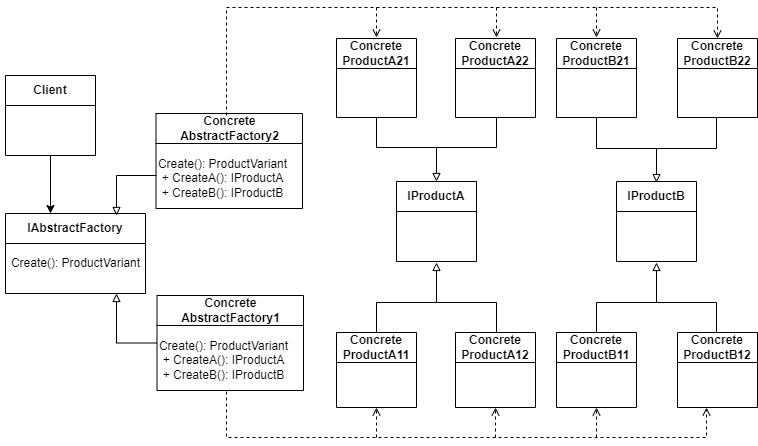
Above: images/AbstractFactory.png in hoanganh1029/AVH.DesignPattern (draw.io), before the change. Source tidied: cells renumbered, new cells last; positions are measured from the earlier drawing's top-left corner, leaving out a move shared by most shapes.
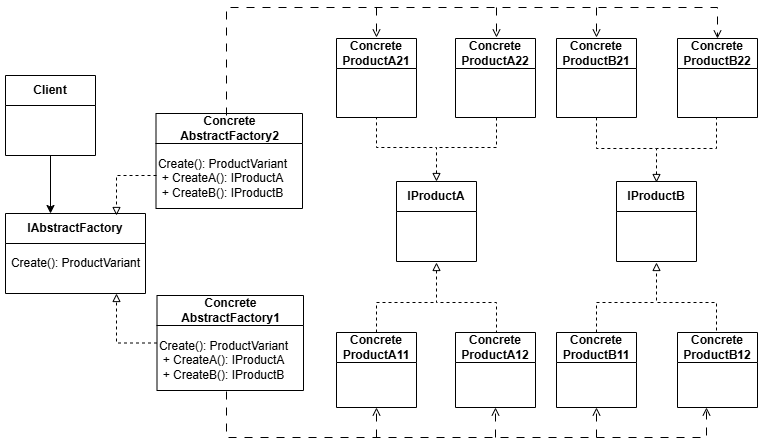
After the commit.

The edit, as a diff of the source:
```diff
@@ -19,7 +19,7 @@
     <mxCell id="5" value="Create(): ProductVariant" style="text;html=1;align=center;verticalAlign=middle;strokeColor=none;fillColor=none;" parent="4" vertex="1">
       <mxGeometry x="-5" y="35" width="150" height="30" as="geometry" />
     </mxCell>
-    <mxCell id="6" style="edgeStyle=orthogonalEdgeStyle;rounded=0;orthogonalLoop=1;jettySize=auto;html=1;endArrow=block;endFill=0;" parent="1" edge="1">
+    <mxCell id="6" style="edgeStyle=orthogonalEdgeStyle;rounded=0;orthogonalLoop=1;jettySize=auto;html=1;endArrow=block;endFill=0;dashed=1;" parent="1" edge="1">
       <mxGeometry relative="1" as="geometry">
         <mxPoint x="156" y="168" as="sourcePoint" />
         <mxPoint x="116" y="208" as="targetPoint" />
@@ -28,7 +28,7 @@
         </Array>
       </mxGeometry>
     </mxCell>
-    <mxCell id="7" style="edgeStyle=orthogonalEdgeStyle;rounded=0;jettySize=auto;html=1;dashed=1;endArrow=open;endFill=0;exitX=0.52;exitY=1.017;exitDx=0;exitDy=0;exitPerimeter=0;" parent="1" edge="1" source="37">
+    <mxCell id="7" style="edgeStyle=orthogonalEdgeStyle;rounded=0;jettySize=auto;html=1;dashed=1;endArrow=open;endFill=0;exitX=0.52;exitY=1.017;exitDx=0;exitDy=0;exitPerimeter=0;dashPattern=8 8;" parent="1" edge="1" source="37">
       <mxGeometry relative="1" as="geometry">
         <mxPoint x="706" y="400" as="targetPoint" />
         <Array as="points">
@@ -46,7 +46,7 @@
     <mxCell id="10" value="IProductA" style="swimlane;whiteSpace=wrap;html=1;startSize=30;" parent="1" vertex="1">
       <mxGeometry x="396" y="174" width="80" height="80" as="geometry" />
     </mxCell>
-    <mxCell id="11" style="edgeStyle=orthogonalEdgeStyle;rounded=0;jettySize=auto;html=1;endArrow=none;endFill=0;" parent="1" edge="1" source="13">
+    <mxCell id="11" style="edgeStyle=orthogonalEdgeStyle;rounded=0;jettySize=auto;html=1;endArrow=none;endFill=0;dashed=1;" parent="1" edge="1" source="13">
       <mxGeometry relative="1" as="geometry">
         <mxPoint x="436" y="295" as="targetPoint" />
         <Array as="points">
@@ -54,7 +54,7 @@
         </Array>
       </mxGeometry>
     </mxCell>
-    <mxCell id="12" style="edgeStyle=orthogonalEdgeStyle;rounded=0;jettySize=auto;html=1;endArrow=block;endFill=0;exitX=0.5;exitY=0;exitDx=0;exitDy=0;" parent="1" edge="1" source="14">
+    <mxCell id="12" style="edgeStyle=orthogonalEdgeStyle;rounded=0;jettySize=auto;html=1;endArrow=block;endFill=0;exitX=0.5;exitY=0;exitDx=0;exitDy=0;dashed=1;" parent="1" edge="1" source="14">
       <mxGeometry relative="1" as="geometry">
         <mxPoint x="436" y="255" as="targetPoint" />
         <Array as="points">
@@ -73,7 +73,7 @@
     <mxCell id="15" value="IProductB" style="swimlane;whiteSpace=wrap;html=1;startSize=30;" parent="1" vertex="1">
       <mxGeometry x="616" y="174" width="80" height="80" as="geometry" />
     </mxCell>
-    <mxCell id="16" style="edgeStyle=orthogonalEdgeStyle;rounded=0;jettySize=auto;html=1;endArrow=none;endFill=0;" parent="1" edge="1" source="19">
+    <mxCell id="16" style="edgeStyle=orthogonalEdgeStyle;rounded=0;jettySize=auto;html=1;endArrow=none;endFill=0;dashed=1;" parent="1" edge="1" source="19">
       <mxGeometry relative="1" as="geometry">
         <mxPoint x="656" y="295" as="targetPoint" />
         <Array as="points">
@@ -81,7 +81,7 @@
         </Array>
       </mxGeometry>
     </mxCell>
-    <mxCell id="17" style="edgeStyle=orthogonalEdgeStyle;rounded=0;jettySize=auto;html=1;endArrow=block;endFill=0;exitX=0.675;exitY=0.013;exitDx=0;exitDy=0;exitPerimeter=0;" parent="1" edge="1" source="18">
+    <mxCell id="17" style="edgeStyle=orthogonalEdgeStyle;rounded=0;jettySize=auto;html=1;endArrow=block;endFill=0;exitX=0.675;exitY=0.013;exitDx=0;exitDy=0;exitPerimeter=0;dashed=1;" parent="1" edge="1" source="18">
       <mxGeometry relative="1" as="geometry">
         <mxPoint x="656" y="255" as="targetPoint" />
         <Array as="points">
@@ -96,17 +96,17 @@
     <mxCell id="19" value="Concrete&lt;br&gt;ProductB11" style="swimlane;whiteSpace=wrap;html=1;startSize=30;" parent="1" vertex="1">
       <mxGeometry x="556" y="325" width="80" height="75" as="geometry" />
     </mxCell>
-    <mxCell id="20" style="endArrow=open;dashed=1;html=1;rounded=0;entryX=0.5;entryY=1;entryDx=0;entryDy=0;endFill=0;" parent="1" edge="1" target="13">
+    <mxCell id="20" style="endArrow=open;dashed=1;html=1;rounded=0;entryX=0.5;entryY=1;entryDx=0;entryDy=0;endFill=0;dashPattern=8 8;" parent="1" edge="1" target="13">
       <mxGeometry relative="1" as="geometry">
         <mxPoint x="376" y="430" as="sourcePoint" />
       </mxGeometry>
     </mxCell>
-    <mxCell id="21" style="endArrow=open;dashed=1;html=1;rounded=0;entryX=0.5;entryY=1;entryDx=0;entryDy=0;endFill=0;" parent="1" edge="1" target="14">
+    <mxCell id="21" style="endArrow=open;dashed=1;html=1;rounded=0;entryX=0.5;entryY=1;entryDx=0;entryDy=0;endFill=0;dashPattern=8 8;" parent="1" edge="1" target="14">
       <mxGeometry relative="1" as="geometry">
         <mxPoint x="495" y="430" as="sourcePoint" />
       </mxGeometry>
     </mxCell>
-    <mxCell id="22" style="endArrow=open;dashed=1;html=1;rounded=0;entryX=0.5;entryY=1;entryDx=0;entryDy=0;endFill=0;" parent="1" edge="1" target="19">
+    <mxCell id="22" style="endArrow=open;dashed=1;html=1;rounded=0;entryX=0.5;entryY=1;entryDx=0;entryDy=0;endFill=0;dashPattern=8 8;" parent="1" edge="1" target="19">
       <mxGeometry relative="1" as="geometry">
         <mxPoint x="596" y="430" as="sourcePoint" />
       </mxGeometry>
@@ -114,7 +114,7 @@
     <mxCell id="23" value="Concrete&lt;br&gt;ProductA21" style="swimlane;whiteSpace=wrap;html=1;startSize=30;" parent="1" vertex="1">
       <mxGeometry x="336" y="31" width="80" height="79" as="geometry" />
     </mxCell>
-    <mxCell id="24" style="edgeStyle=orthogonalEdgeStyle;rounded=0;orthogonalLoop=1;jettySize=auto;html=1;endArrow=none;endFill=0;" parent="1" edge="1">
+    <mxCell id="24" style="edgeStyle=orthogonalEdgeStyle;rounded=0;orthogonalLoop=1;jettySize=auto;html=1;endArrow=none;endFill=0;dashed=1;" parent="1" edge="1">
       <mxGeometry relative="1" as="geometry">
         <mxPoint x="496" y="110" as="sourcePoint" />
         <mxPoint x="436" y="140" as="targetPoint" />
@@ -132,7 +132,7 @@
     <mxCell id="27" value="Concrete&lt;br&gt;ProductB22" style="swimlane;whiteSpace=wrap;html=1;startSize=30;" parent="1" vertex="1">
       <mxGeometry x="677" y="31" width="80" height="79" as="geometry" />
     </mxCell>
-    <mxCell id="28" style="edgeStyle=orthogonalEdgeStyle;rounded=0;jettySize=auto;html=1;endArrow=none;endFill=0;entryX=0.5;entryY=1;entryDx=0;entryDy=0;exitX=0.5;exitY=0;exitDx=0;exitDy=0;startArrow=block;startFill=0;" parent="1" edge="1" source="10" target="23">
+    <mxCell id="28" style="edgeStyle=orthogonalEdgeStyle;rounded=0;jettySize=auto;html=1;endArrow=none;endFill=0;entryX=0.5;entryY=1;entryDx=0;entryDy=0;exitX=0.5;exitY=0;exitDx=0;exitDy=0;startArrow=block;startFill=0;dashed=1;" parent="1" edge="1" source="10" target="23">
       <mxGeometry relative="1" as="geometry">
         <Array as="points">
           <mxPoint x="436" y="140" />
@@ -140,7 +140,7 @@
         </Array>
       </mxGeometry>
     </mxCell>
-    <mxCell id="29" style="edgeStyle=orthogonalEdgeStyle;rounded=0;jettySize=auto;html=1;endArrow=none;endFill=0;exitX=0.5;exitY=1;exitDx=0;exitDy=0;" parent="1" edge="1" source="27">
+    <mxCell id="29" style="edgeStyle=orthogonalEdgeStyle;rounded=0;jettySize=auto;html=1;endArrow=none;endFill=0;exitX=0.5;exitY=1;exitDx=0;exitDy=0;dashed=1;" parent="1" edge="1" source="27">
       <mxGeometry relative="1" as="geometry">
         <mxPoint x="656" y="141" as="targetPoint" />
         <Array as="points">
@@ -149,7 +149,7 @@
         </Array>
       </mxGeometry>
     </mxCell>
-    <mxCell id="30" style="edgeStyle=orthogonalEdgeStyle;rounded=0;orthogonalLoop=1;jettySize=auto;html=1;endArrow=none;endFill=0;exitX=0.5;exitY=0;exitDx=0;exitDy=0;startArrow=block;startFill=0;" parent="1" edge="1">
+    <mxCell id="30" style="edgeStyle=orthogonalEdgeStyle;rounded=0;orthogonalLoop=1;jettySize=auto;html=1;endArrow=none;endFill=0;exitX=0.5;exitY=0;exitDx=0;exitDy=0;startArrow=block;startFill=0;dashed=1;" parent="1" edge="1">
       <mxGeometry relative="1" as="geometry">
         <mxPoint x="656" y="175" as="sourcePoint" />
         <mxPoint x="596" y="110" as="targetPoint" />
@@ -159,7 +159,7 @@
         </Array>
       </mxGeometry>
     </mxCell>
-    <mxCell id="31" style="edgeStyle=orthogonalEdgeStyle;rounded=0;jettySize=auto;html=1;dashed=1;endArrow=open;endFill=0;entryX=0.5;entryY=0;entryDx=0;entryDy=0;" parent="1" edge="1" target="27">
+    <mxCell id="31" style="edgeStyle=orthogonalEdgeStyle;rounded=0;jettySize=auto;html=1;dashed=1;endArrow=open;endFill=0;entryX=0.5;entryY=0;entryDx=0;entryDy=0;dashPattern=8 8;" parent="1" edge="1" target="27">
       <mxGeometry relative="1" as="geometry">
         <mxPoint x="226" y="108" as="sourcePoint" />
         <Array as="points">
@@ -168,25 +168,25 @@
         </Array>
       </mxGeometry>
     </mxCell>
-    <mxCell id="32" style="endArrow=open;dashed=1;html=1;rounded=0;endFill=0;" parent="1" edge="1">
+    <mxCell id="32" style="endArrow=open;dashed=1;html=1;rounded=0;endFill=0;dashPattern=8 8;" parent="1" edge="1">
       <mxGeometry relative="1" as="geometry">
         <mxPoint x="376" as="sourcePoint" />
         <mxPoint x="376" y="30" as="targetPoint" />
       </mxGeometry>
     </mxCell>
-    <mxCell id="33" style="endArrow=open;dashed=1;html=1;rounded=0;endFill=0;" parent="1" edge="1">
+    <mxCell id="33" style="endArrow=open;dashed=1;html=1;rounded=0;endFill=0;dashPattern=8 8;" parent="1" edge="1">
       <mxGeometry relative="1" as="geometry">
         <mxPoint x="496" as="sourcePoint" />
         <mxPoint x="496" y="30" as="targetPoint" />
       </mxGeometry>
     </mxCell>
-    <mxCell id="34" style="endArrow=open;dashed=1;html=1;rounded=0;endFill=0;" parent="1" edge="1">
+    <mxCell id="34" style="endArrow=open;dashed=1;html=1;rounded=0;endFill=0;dashPattern=8 8;" parent="1" edge="1">
       <mxGeometry relative="1" as="geometry">
         <mxPoint x="596" as="sourcePoint" />
         <mxPoint x="596" y="30" as="targetPoint" />
       </mxGeometry>
     </mxCell>
-    <mxCell id="35" style="edgeStyle=orthogonalEdgeStyle;rounded=0;jettySize=auto;html=1;endArrow=block;endFill=0;" parent="1" edge="1" source="36">
+    <mxCell id="35" style="edgeStyle=orthogonalEdgeStyle;rounded=0;jettySize=auto;html=1;endArrow=block;endFill=0;dashed=1;" parent="1" edge="1" source="36">
       <mxGeometry relative="1" as="geometry">
         <mxPoint x="116" y="286" as="targetPoint" />
         <Array as="points">
```
